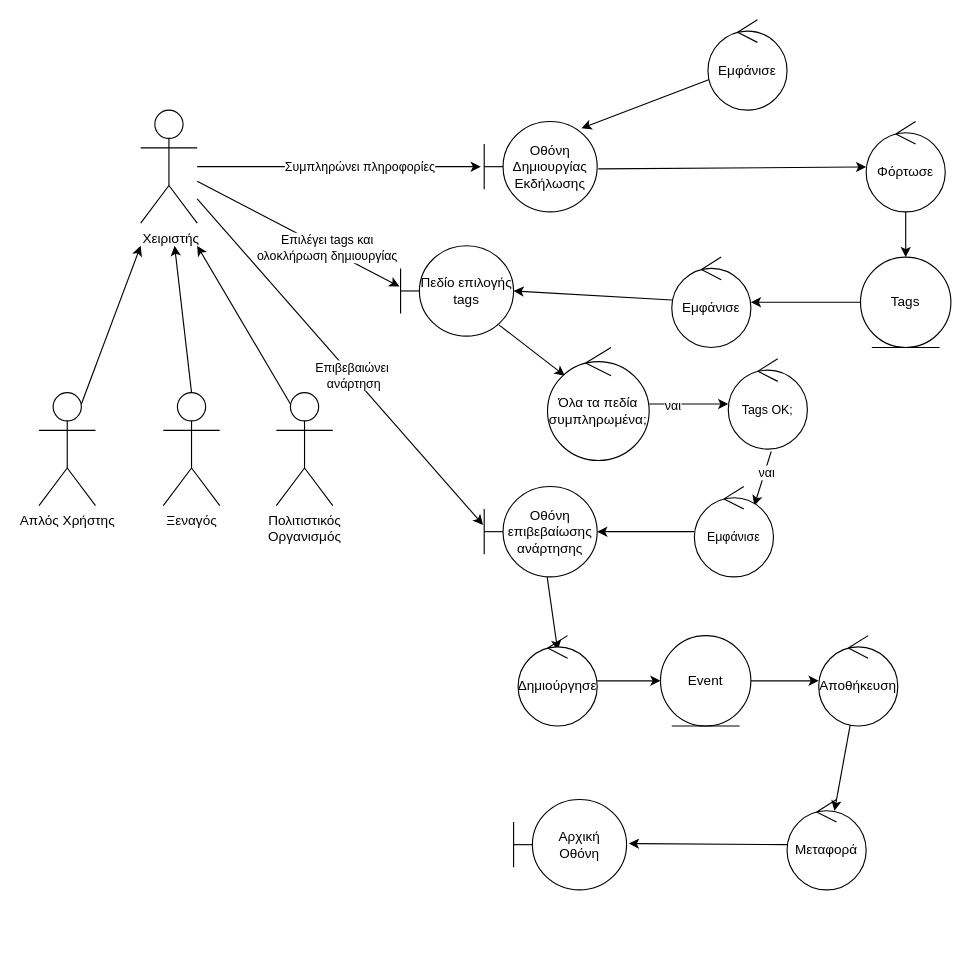
This is Phase-3/Temp files/Diagrams/Join_Event_Robustness.drawio from sfikastheo/CEID-SoftwareEngineering-2023, a draw.io file, before an edit. Source tidied: cells renumbered, new cells numbered last; positions are measured from the earlier drawing's top-left corner, leaving out a move shared by most shapes. Both pictures are drawn from the tidied source at 113%, with x=0, y=0 at pixel (38, 19).
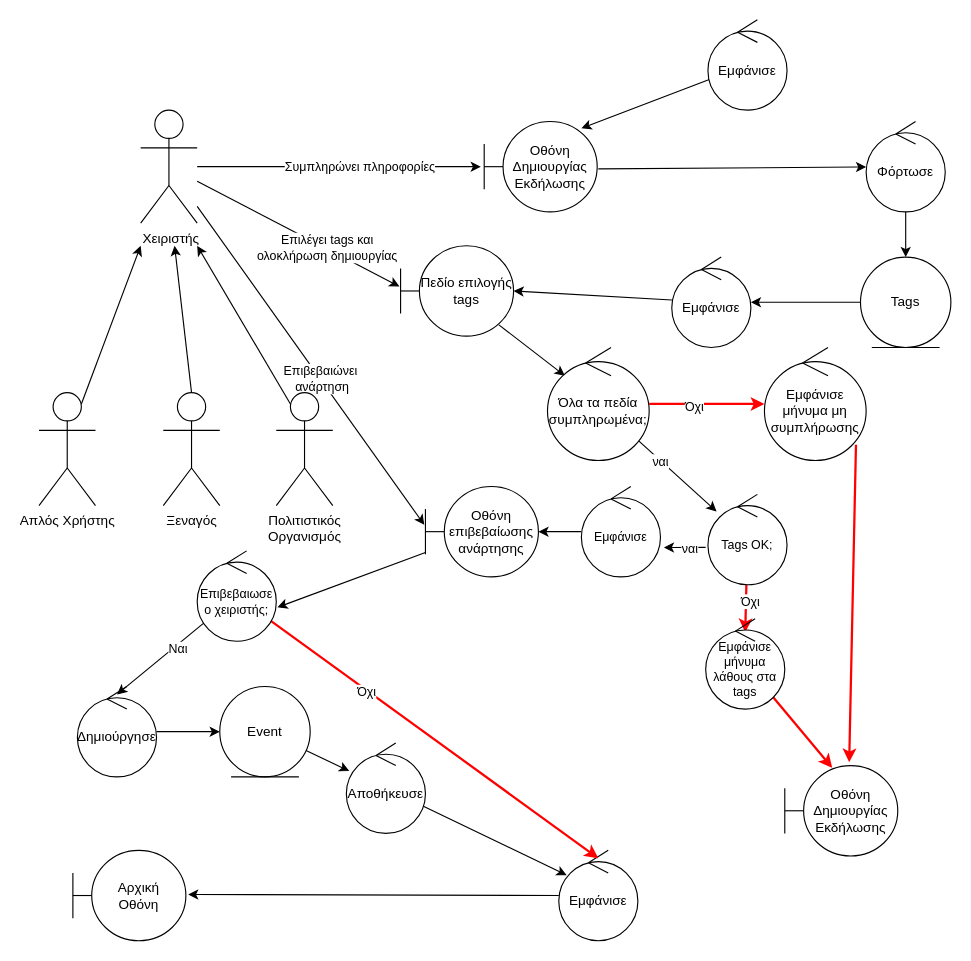
Above is the later version.

The change refers to these unchanged cells:
```xml
<mxCell id="27" value="Όλα τα πεδία συμπληρωμένα;" style="ellipse;shape=umlControl;whiteSpace=wrap;html=1;" parent="1" vertex="1">
  <mxGeometry x="450" y="290" width="90" height="100" as="geometry" />
</mxCell>
```

What changed in the source:
```diff
@@
+    <mxCell id="46" style="rounded=0;jettySize=auto;html=1;strokeColor=#FF0000;strokeWidth=2;" parent="1" edge="1" source="27" target="52">
+      <mxGeometry relative="1" as="geometry" />
+    </mxCell>
+    <mxCell id="47" value="Όχι" style="edgeLabel;html=1;align=center;verticalAlign=middle;fontSize=11;fontFamily=Helvetica;fontColor=default;" parent="46" vertex="1">
+      <mxGeometry x="-0.24" y="-2" relative="1" as="geometry" />
+    </mxCell>
@@
-    <mxCell id="28" style="edgeStyle=none;shape=connector;rounded=0;jettySize=auto;html=1;entryX=0.757;entryY=0.212;entryDx=0;entryDy=0;entryPerimeter=0;labelBackgroundColor=default;strokeColor=default;fontFamily=Helvetica;fontSize=11;fontColor=default;endArrow=classic;exitX=0.543;exitY=1.025;exitDx=0;exitDy=0;exitPerimeter=0;" parent="1" edge="1" source="30" target="32">
+    <mxCell id="28" style="edgeStyle=none;shape=connector;rounded=0;jettySize=auto;html=1;entryX=1.043;entryY=0.675;entryDx=0;entryDy=0;entryPerimeter=0;labelBackgroundColor=default;strokeColor=default;fontFamily=Helvetica;fontSize=11;fontColor=default;endArrow=classic;exitX=-0.029;exitY=0.587;exitDx=0;exitDy=0;exitPerimeter=0;" parent="1" edge="1" source="30" target="32">
       <mxGeometry relative="1" as="geometry" />
     </mxCell>
@@
+    <mxCell id="48" style="edgeStyle=none;shape=connector;rounded=0;jettySize=auto;html=1;entryX=0.5;entryY=0.15;entryDx=0;entryDy=0;entryPerimeter=0;labelBackgroundColor=default;strokeColor=#FF0000;fontFamily=Helvetica;fontSize=11;fontColor=default;endArrow=classic;strokeWidth=2;" parent="1" edge="1" source="30" target="55">
+      <mxGeometry relative="1" as="geometry" />
+    </mxCell>
+    <mxCell id="49" value="&amp;nbsp;Όχι" style="edgeLabel;html=1;align=center;verticalAlign=middle;fontSize=11;fontFamily=Helvetica;fontColor=default;" parent="48" vertex="1">
+      <mxGeometry x="-0.34" y="2" relative="1" as="geometry" />
+    </mxCell>
     <mxCell id="30" value="Tags OK;" style="ellipse;shape=umlControl;whiteSpace=wrap;html=1;fontFamily=Helvetica;fontSize=11;fontColor=default;" parent="1" vertex="1">
-      <mxGeometry x="610" y="300" width="70" height="80" as="geometry" />
+      <mxGeometry x="592" y="420" width="70" height="80" as="geometry" />
     </mxCell>
@@
     <mxCell id="32" value="Εμφάνισε" style="ellipse;shape=umlControl;whiteSpace=wrap;html=1;fontFamily=Helvetica;fontSize=11;fontColor=default;" parent="1" vertex="1">
-      <mxGeometry x="580" y="413" width="70" height="80" as="geometry" />
+      <mxGeometry x="480" y="413" width="70" height="80" as="geometry" />
     </mxCell>
-    <mxCell id="33" style="edgeStyle=none;shape=connector;rounded=0;jettySize=auto;html=1;entryX=0.5;entryY=0.163;entryDx=0;entryDy=0;entryPerimeter=0;labelBackgroundColor=default;strokeColor=default;fontFamily=Helvetica;fontSize=11;fontColor=default;endArrow=classic;" parent="1" edge="1" source="34" target="36">
-      <mxGeometry relative="1" as="geometry" />
-    </mxCell>
+    <mxCell id="50" style="edgeStyle=none;shape=connector;rounded=0;jettySize=auto;html=1;entryX=1.014;entryY=0.625;entryDx=0;entryDy=0;entryPerimeter=0;labelBackgroundColor=default;strokeColor=default;fontFamily=Helvetica;fontSize=11;fontColor=default;endArrow=classic;" parent="1" edge="1" source="34" target="60">
+      <mxGeometry relative="1" as="geometry" />
+    </mxCell>
     <mxCell id="34" value="Οθόνη επιβεβαίωσης ανάρτησης" style="shape=umlBoundary;whiteSpace=wrap;html=1;" parent="1" vertex="1">
-      <mxGeometry x="394" y="413" width="100" height="80" as="geometry" />
+      <mxGeometry x="342" y="413" width="100" height="80" as="geometry" />
     </mxCell>
@@
     <mxCell id="36" value="Δημιούργησε" style="ellipse;shape=umlControl;whiteSpace=wrap;html=1;" parent="1" vertex="1">
-      <mxGeometry x="424" y="545" width="70" height="80" as="geometry" />
+      <mxGeometry x="34" y="590" width="70" height="80" as="geometry" />
     </mxCell>
@@
     <mxCell id="38" value="Event" style="ellipse;shape=umlEntity;whiteSpace=wrap;html=1;" parent="1" vertex="1">
-      <mxGeometry x="550" y="545" width="80" height="80" as="geometry" />
+      <mxGeometry x="160" y="590" width="80" height="80" as="geometry" />
     </mxCell>
-    <mxCell id="39" style="edgeStyle=none;shape=connector;rounded=0;jettySize=auto;html=1;entryX=0.6;entryY=0.125;entryDx=0;entryDy=0;entryPerimeter=0;labelBackgroundColor=default;strokeColor=default;fontFamily=Helvetica;fontSize=11;fontColor=default;endArrow=classic;" parent="1" edge="1" source="40" target="43">
+    <mxCell id="39" style="edgeStyle=none;shape=connector;rounded=0;jettySize=auto;html=1;entryX=0.1;entryY=0.275;entryDx=0;entryDy=0;entryPerimeter=0;labelBackgroundColor=default;strokeColor=default;fontFamily=Helvetica;fontSize=11;fontColor=default;endArrow=classic;" parent="1" edge="1" source="40" target="43">
       <mxGeometry relative="1" as="geometry" />
     </mxCell>
-    <mxCell id="40" value="Αποθήκευση" style="ellipse;shape=umlControl;whiteSpace=wrap;html=1;" parent="1" vertex="1">
-      <mxGeometry x="690" y="545" width="70" height="80" as="geometry" />
+    <mxCell id="40" value="Αποθήκευσε" style="ellipse;shape=umlControl;whiteSpace=wrap;html=1;" parent="1" vertex="1">
+      <mxGeometry x="272" y="640" width="70" height="80" as="geometry" />
     </mxCell>
     <mxCell id="41" value="&lt;div&gt;Αρχική&lt;/div&gt;&lt;div&gt;Οθόνη&lt;br&gt;&lt;/div&gt;" style="shape=umlBoundary;whiteSpace=wrap;html=1;" parent="1" vertex="1">
-      <mxGeometry x="420" y="690" width="100" height="80" as="geometry" />
+      <mxGeometry x="30" y="735" width="100" height="80" as="geometry" />
     </mxCell>
@@
-    <mxCell id="43" value="Μεταφορά" style="ellipse;shape=umlControl;whiteSpace=wrap;html=1;" parent="1" vertex="1">
-      <mxGeometry x="662" y="690" width="70" height="80" as="geometry" />
+    <mxCell id="43" value="Εμφάνισε" style="ellipse;shape=umlControl;whiteSpace=wrap;html=1;" parent="1" vertex="1">
+      <mxGeometry x="460" y="735" width="70" height="80" as="geometry" />
     </mxCell>
@@
+    <mxCell id="51" style="edgeStyle=none;shape=connector;rounded=0;jettySize=auto;html=1;labelBackgroundColor=default;strokeColor=#FF0000;fontFamily=Helvetica;fontSize=11;fontColor=default;endArrow=classic;entryX=0.57;entryY=-0.037;entryDx=0;entryDy=0;entryPerimeter=0;exitX=0.9;exitY=0.86;exitDx=0;exitDy=0;exitPerimeter=0;strokeWidth=2;" parent="1" edge="1" source="52" target="53">
+      <mxGeometry relative="1" as="geometry" />
+    </mxCell>
+    <mxCell id="52" value="Εμφάνισε μήνυμα μη συμπλήρωσης" style="ellipse;shape=umlControl;whiteSpace=wrap;html=1;" parent="1" vertex="1">
+      <mxGeometry x="642" y="290" width="90" height="100" as="geometry" />
+    </mxCell>
+    <mxCell id="53" value="Οθόνη Δημιουργίας Εκδήλωσης" style="shape=umlBoundary;whiteSpace=wrap;html=1;" parent="1" vertex="1">
+      <mxGeometry x="660" y="660" width="100" height="80" as="geometry" />
+    </mxCell>
+    <mxCell id="54" style="edgeStyle=none;shape=connector;rounded=0;jettySize=auto;html=1;entryX=0.42;entryY=0.025;entryDx=0;entryDy=0;entryPerimeter=0;labelBackgroundColor=default;strokeColor=#FF0000;fontFamily=Helvetica;fontSize=11;fontColor=default;endArrow=classic;strokeWidth=2;" parent="1" edge="1" source="55" target="53">
+      <mxGeometry relative="1" as="geometry" />
+    </mxCell>
+    <mxCell id="55" value="Εμφάνισε μήνυμα λάθους στα tags" style="ellipse;shape=umlControl;whiteSpace=wrap;html=1;fontFamily=Helvetica;fontSize=11;fontColor=default;" parent="1" vertex="1">
+      <mxGeometry x="590" y="530" width="70" height="80" as="geometry" />
+    </mxCell>
+    <mxCell id="56" style="edgeStyle=none;shape=connector;rounded=0;jettySize=auto;html=1;entryX=0.5;entryY=0.088;entryDx=0;entryDy=0;entryPerimeter=0;labelBackgroundColor=default;strokeColor=default;fontFamily=Helvetica;fontSize=11;fontColor=default;endArrow=classic;" parent="1" edge="1" source="60" target="36">
+      <mxGeometry relative="1" as="geometry" />
+    </mxCell>
+    <mxCell id="57" value="Ναι" style="edgeLabel;html=1;align=center;verticalAlign=middle;fontSize=11;fontFamily=Helvetica;fontColor=default;" parent="56" vertex="1">
+      <mxGeometry x="-0.32" y="2" relative="1" as="geometry">
+        <mxPoint x="1" as="offset" />
+      </mxGeometry>
+    </mxCell>
+    <mxCell id="58" style="edgeStyle=none;shape=connector;rounded=0;jettySize=auto;html=1;labelBackgroundColor=default;strokeColor=#FF0000;fontFamily=Helvetica;fontSize=11;fontColor=default;endArrow=classic;entryX=0.5;entryY=0.088;entryDx=0;entryDy=0;entryPerimeter=0;strokeWidth=2;" parent="1" edge="1" source="60" target="43">
+      <mxGeometry relative="1" as="geometry" />
+    </mxCell>
+    <mxCell id="59" value="Όχι" style="edgeLabel;html=1;align=center;verticalAlign=middle;fontSize=11;fontFamily=Helvetica;fontColor=default;" parent="58" vertex="1">
+      <mxGeometry x="-0.41" y="-1" relative="1" as="geometry" />
+    </mxCell>
+    <mxCell id="60" value="Επιβεβαιωσε ο χειριστής;" style="ellipse;shape=umlControl;whiteSpace=wrap;html=1;fontFamily=Helvetica;fontSize=11;fontColor=default;" parent="1" vertex="1">
+      <mxGeometry x="140" y="470" width="70" height="80" as="geometry" />
+    </mxCell>
```
